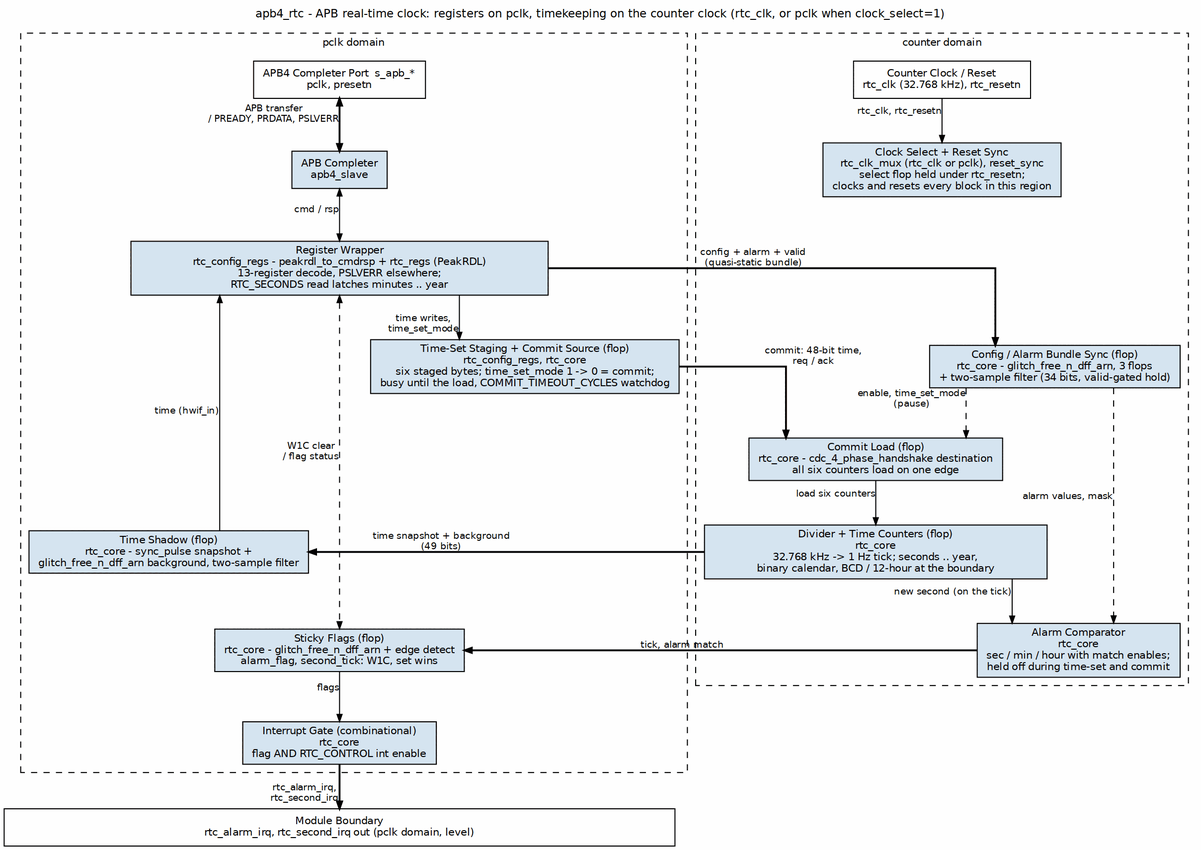
Earlier version of the Graphviz export projects/components/legacy-ip/retro_legacy_blocks/docs/rtc_mas/assets/graphviz/rtc_whole_unit.png (sean-galloway/RTLDesignSherpa). Its source is kept beside it as projects/components/legacy-ip/retro_legacy_blocks/docs/rtc_mas/assets/graphviz/rtc_whole_unit.dot. Source of this version:
```dot
digraph rtc_whole_unit {
    graph [rankdir=TB, bgcolor="white", fontname="Helvetica", fontsize=11,
           nodesep="0.40", ranksep="0.60", splines=ortho, newrank=true,
           label="apb4_rtc - APB real-time clock: registers on pclk, timekeeping on the counter clock (rtc_clk, or pclk when clock_select=1)",
           labelloc=t, labeljust=c];
    node  [fontname="Helvetica", fontsize=10, shape=box, style=filled,
           fillcolor="#D6E4F0", color="black", margin="0.12,0.06"];
    edge  [fontname="Helvetica", fontsize=9, color="black", arrowsize=0.7];


    subgraph cluster_p {
        label="pclk domain"; style=dashed; fontsize=10;
        apb  [group=LO, fillcolor="white", label="APB4 Completer Port  s_apb_*\npclk, presetn"];
        slv  [group=LO, label="APB Completer\napb4_slave"];
        regs [group=LM, width=5.6, label="Register Wrapper\nrtc_config_regs - peakrdl_to_cmdrsp + rtc_regs (PeakRDL)\n13-register decode, PSLVERR elsewhere;\nRTC_SECONDS read latches minutes .. year"];
        stg  [group=LI, label="Time-Set Staging + Commit Source (flop)\nrtc_config_regs, rtc_core\nsix staged bytes; time_set_mode 1 -> 0 = commit;\nbusy until the load, COMMIT_TIMEOUT_CYCLES watchdog"];
        shd  [group=LO, label="Time Shadow (flop)\nrtc_core - sync_pulse snapshot +\nglitch_free_n_dff_arn background, two-sample filter"];
        flg  [group=LM, label="Sticky Flags (flop)\nrtc_core - glitch_free_n_dff_arn + edge detect\nalarm_flag, second_tick: W1C, set wins"];
        irq  [group=LM, label="Interrupt Gate (combinational)\nrtc_core\nflag AND RTC_CONTROL int enable"];
    }

    subgraph cluster_c {
        label="counter domain"; style=dashed; fontsize=10;
        clkp [group=RR, fillcolor="white", label="Counter Clock / Reset\nrtc_clk (32.768 kHz), rtc_resetn"];
        mux  [group=RR, label="Clock Select + Reset Sync\nrtc_clk_mux (rtc_clk or pclk), reset_sync\nselect flop held under rtc_resetn;\nclocks and resets every block in this region"];
        csy  [group=RI, label="Config / Alarm Bundle Sync (flop)\nrtc_core - glitch_free_n_dff_arn, 3 flops\n+ two-sample filter (34 bits, valid-gated hold)"];
        ld   [group=RO, label="Commit Load (flop)\nrtc_core - cdc_4_phase_handshake destination\nall six counters load on one edge"];
        cnt  [group=RO, width=4.6, label="Divider + Time Counters (flop)\nrtc_core\n32.768 kHz -> 1 Hz tick; seconds .. year,\nbinary calendar, BCD / 12-hour at the boundary"];
        alm  [group=RI, label="Alarm Comparator\nrtc_core\nsec / min / hour with match enables;\nheld off during time-set and commit"];
    }

    bar  [fillcolor="white", width=9.0, label="Module Boundary\nrtc_alarm_irq, rtc_second_irq out (pclk domain, level)"];

    apb  -> slv  [dir=both, penwidth=1.8, xlabel="APB transfer\n/ PREADY, PRDATA, PSLVERR"];
    slv  -> regs [dir=both, xlabel="cmd / rsp"];
    regs -> stg  [xlabel="time writes,\ntime_set_mode"];

    regs -> csy  [penwidth=1.8, xlabel="config + alarm + valid\n(quasi-static bundle)"];
    stg  -> ld   [penwidth=1.8, xlabel="commit: 48-bit time,\nreq / ack"];

    clkp -> mux  [xlabel="rtc_clk, rtc_resetn"];
    csy  -> ld   [style=dashed, xlabel="enable, time_set_mode\n(pause)"];
    ld   -> cnt  [xlabel="load six counters"];
    csy  -> alm  [style=dashed, xlabel="alarm values, mask"];
    cnt  -> alm  [xlabel="new second (on the tick)"];

    shd  -> cnt  [dir=back, penwidth=1.8, xlabel="time snapshot + background\n(49 bits)"];
    flg  -> alm  [dir=back, penwidth=1.8, xlabel="tick, alarm match"];

    regs -> shd  [dir=back, xlabel="time (hwif_in)"];
    regs -> flg  [dir=both, style=dashed, xlabel="W1C clear\n/ flag status"];
    flg  -> irq  [xlabel="flags"];
    irq  -> bar  [penwidth=1.8, xlabel="rtc_alarm_irq,\nrtc_second_irq"];

    { rank=same; apb; clkp; }
    { rank=same; slv; mux; }
    { rank=same; stg; csy; }
    { rank=same; ld; }
    { rank=same; shd; cnt; }
    { rank=same; flg; alm; }
    shd -> flg [style=invis];
}
```
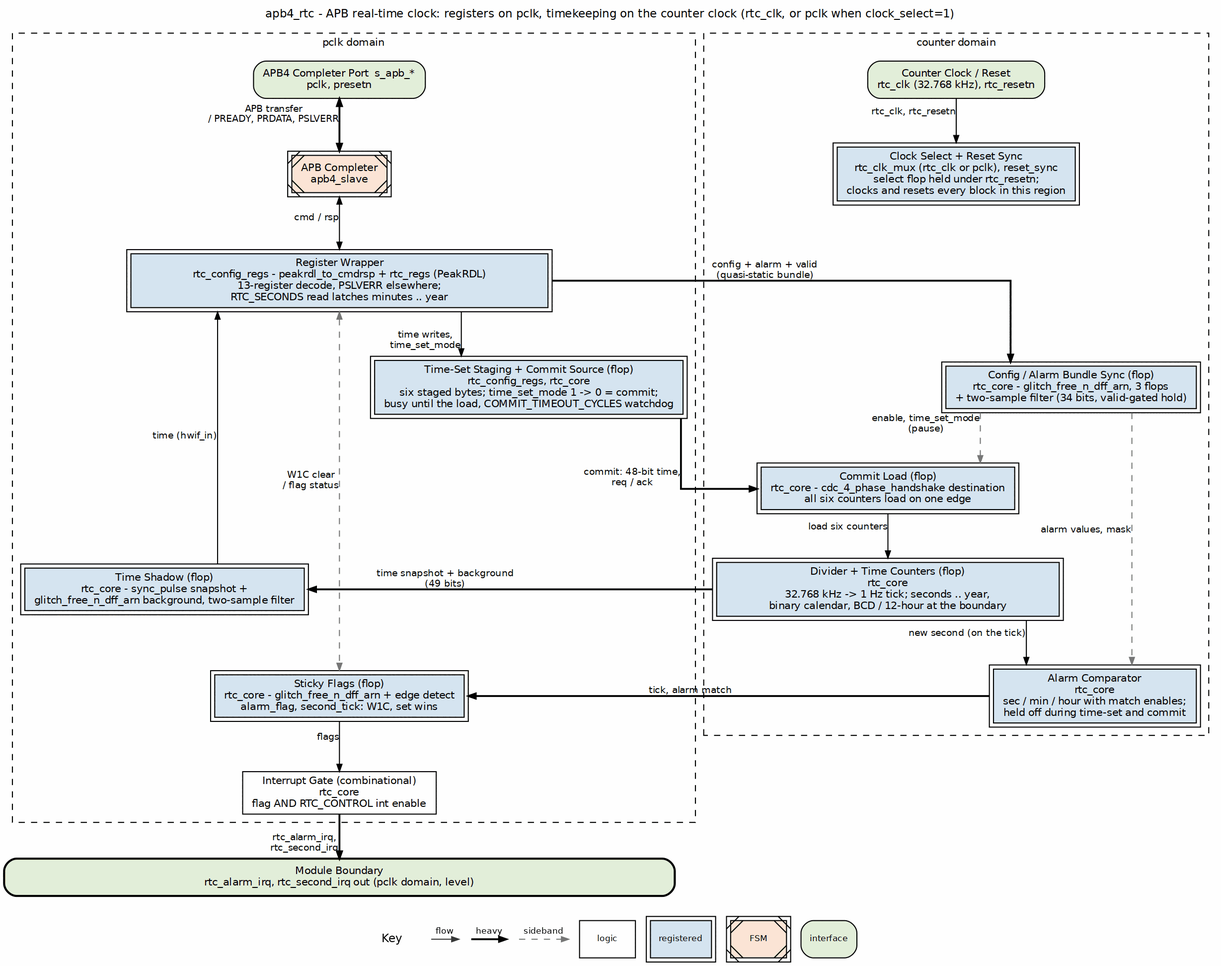
After the change.

Change to the diagram source:
```diff
@@ -4,32 +4,32 @@
            label="apb4_rtc - APB real-time clock: registers on pclk, timekeeping on the counter clock (rtc_clk, or pclk when clock_select=1)",
            labelloc=t, labeljust=c];
     node  [fontname="Helvetica", fontsize=10, shape=box, style=filled,
-           fillcolor="#D6E4F0", color="black", margin="0.12,0.06"];
+           fillcolor="white", color="black", margin="0.12,0.06"];
     edge  [fontname="Helvetica", fontsize=9, color="black", arrowsize=0.7];
 
 
     subgraph cluster_p {
         label="pclk domain"; style=dashed; fontsize=10;
-        apb  [group=LO, fillcolor="white", label="APB4 Completer Port  s_apb_*\npclk, presetn"];
-        slv  [group=LO, label="APB Completer\napb4_slave"];
-        regs [group=LM, width=5.6, label="Register Wrapper\nrtc_config_regs - peakrdl_to_cmdrsp + rtc_regs (PeakRDL)\n13-register decode, PSLVERR elsewhere;\nRTC_SECONDS read latches minutes .. year"];
-        stg  [group=LI, label="Time-Set Staging + Commit Source (flop)\nrtc_config_regs, rtc_core\nsix staged bytes; time_set_mode 1 -> 0 = commit;\nbusy until the load, COMMIT_TIMEOUT_CYCLES watchdog"];
-        shd  [group=LO, label="Time Shadow (flop)\nrtc_core - sync_pulse snapshot +\nglitch_free_n_dff_arn background, two-sample filter"];
-        flg  [group=LM, label="Sticky Flags (flop)\nrtc_core - glitch_free_n_dff_arn + edge detect\nalarm_flag, second_tick: W1C, set wins"];
-        irq  [group=LM, label="Interrupt Gate (combinational)\nrtc_core\nflag AND RTC_CONTROL int enable"];
+        apb  [group=LO, fillcolor="white", label="APB4 Completer Port  s_apb_*\npclk, presetn", style="rounded,filled", fillcolor="#E2EFDA"];
+        slv  [group=LO, label="APB Completer\napb4_slave", peripheries=2, style="filled,diagonals", fillcolor="#FCE4D6"];
+        regs [group=LM, width=5.6, label="Register Wrapper\nrtc_config_regs - peakrdl_to_cmdrsp + rtc_regs (PeakRDL)\n13-register decode, PSLVERR elsewhere;\nRTC_SECONDS read latches minutes .. year", peripheries=2, style="filled", fillcolor="#D6E4F0"];
+        stg  [group=LI, label="Time-Set Staging + Commit Source (flop)\nrtc_config_regs, rtc_core\nsix staged bytes; time_set_mode 1 -> 0 = commit;\nbusy until the load, COMMIT_TIMEOUT_CYCLES watchdog", peripheries=2, style="filled", fillcolor="#D6E4F0"];
+        shd  [group=LO, label="Time Shadow (flop)\nrtc_core - sync_pulse snapshot +\nglitch_free_n_dff_arn background, two-sample filter", peripheries=2, style="filled", fillcolor="#D6E4F0"];
+        flg  [group=LM, label="Sticky Flags (flop)\nrtc_core - glitch_free_n_dff_arn + edge detect\nalarm_flag, second_tick: W1C, set wins", peripheries=2, style="filled", fillcolor="#D6E4F0"];
+        irq  [group=LM, label="Interrupt Gate (combinational)\nrtc_core\nflag AND RTC_CONTROL int enable", style="filled", fillcolor="white"];
     }
 
     subgraph cluster_c {
         label="counter domain"; style=dashed; fontsize=10;
-        clkp [group=RR, fillcolor="white", label="Counter Clock / Reset\nrtc_clk (32.768 kHz), rtc_resetn"];
-        mux  [group=RR, label="Clock Select + Reset Sync\nrtc_clk_mux (rtc_clk or pclk), reset_sync\nselect flop held under rtc_resetn;\nclocks and resets every block in this region"];
-        csy  [group=RI, label="Config / Alarm Bundle Sync (flop)\nrtc_core - glitch_free_n_dff_arn, 3 flops\n+ two-sample filter (34 bits, valid-gated hold)"];
-        ld   [group=RO, label="Commit Load (flop)\nrtc_core - cdc_4_phase_handshake destination\nall six counters load on one edge"];
-        cnt  [group=RO, width=4.6, label="Divider + Time Counters (flop)\nrtc_core\n32.768 kHz -> 1 Hz tick; seconds .. year,\nbinary calendar, BCD / 12-hour at the boundary"];
-        alm  [group=RI, label="Alarm Comparator\nrtc_core\nsec / min / hour with match enables;\nheld off during time-set and commit"];
+        clkp [group=RR, fillcolor="white", label="Counter Clock / Reset\nrtc_clk (32.768 kHz), rtc_resetn", style="rounded,filled", fillcolor="#E2EFDA"];
+        mux  [group=RR, label="Clock Select + Reset Sync\nrtc_clk_mux (rtc_clk or pclk), reset_sync\nselect flop held under rtc_resetn;\nclocks and resets every block in this region", peripheries=2, style="filled", fillcolor="#D6E4F0"];
+        csy  [group=RI, label="Config / Alarm Bundle Sync (flop)\nrtc_core - glitch_free_n_dff_arn, 3 flops\n+ two-sample filter (34 bits, valid-gated hold)", peripheries=2, style="filled", fillcolor="#D6E4F0"];
+        ld   [group=RO, label="Commit Load (flop)\nrtc_core - cdc_4_phase_handshake destination\nall six counters load on one edge", peripheries=2, style="filled", fillcolor="#D6E4F0"];
+        cnt  [group=RO, width=4.6, label="Divider + Time Counters (flop)\nrtc_core\n32.768 kHz -> 1 Hz tick; seconds .. year,\nbinary calendar, BCD / 12-hour at the boundary", peripheries=2, style="filled", fillcolor="#D6E4F0"];
+        alm  [group=RI, label="Alarm Comparator\nrtc_core\nsec / min / hour with match enables;\nheld off during time-set and commit", peripheries=2, style="filled", fillcolor="#D6E4F0"];
     }
 
-    bar  [fillcolor="white", width=9.0, label="Module Boundary\nrtc_alarm_irq, rtc_second_irq out (pclk domain, level)"];
+    bar  [fillcolor="white", width=9.0, label="Module Boundary\nrtc_alarm_irq, rtc_second_irq out (pclk domain, level)", style="rounded,filled,bold", fillcolor="#E2EFDA"];
 
     apb  -> slv  [dir=both, penwidth=1.8, xlabel="APB transfer\n/ PREADY, PRDATA, PSLVERR"];
     slv  -> regs [dir=both, xlabel="cmd / rsp"];
@@ -39,16 +39,16 @@
     stg  -> ld   [penwidth=1.8, xlabel="commit: 48-bit time,\nreq / ack"];
 
     clkp -> mux  [xlabel="rtc_clk, rtc_resetn"];
-    csy  -> ld   [style=dashed, xlabel="enable, time_set_mode\n(pause)"];
+    csy  -> ld   [style=dashed, color="#777777", xlabel="enable, time_set_mode\n(pause)"];
     ld   -> cnt  [xlabel="load six counters"];
-    csy  -> alm  [style=dashed, xlabel="alarm values, mask"];
+    csy  -> alm  [style=dashed, color="#777777", xlabel="alarm values, mask"];
     cnt  -> alm  [xlabel="new second (on the tick)"];
 
     shd  -> cnt  [dir=back, penwidth=1.8, xlabel="time snapshot + background\n(49 bits)"];
     flg  -> alm  [dir=back, penwidth=1.8, xlabel="tick, alarm match"];
 
     regs -> shd  [dir=back, xlabel="time (hwif_in)"];
-    regs -> flg  [dir=both, style=dashed, xlabel="W1C clear\n/ flag status"];
+    regs -> flg  [dir=both, style=dashed, color="#777777", xlabel="W1C clear\n/ flag status"];
     flg  -> irq  [xlabel="flags"];
     irq  -> bar  [penwidth=1.8, xlabel="rtc_alarm_irq,\nrtc_second_irq"];
 
```
